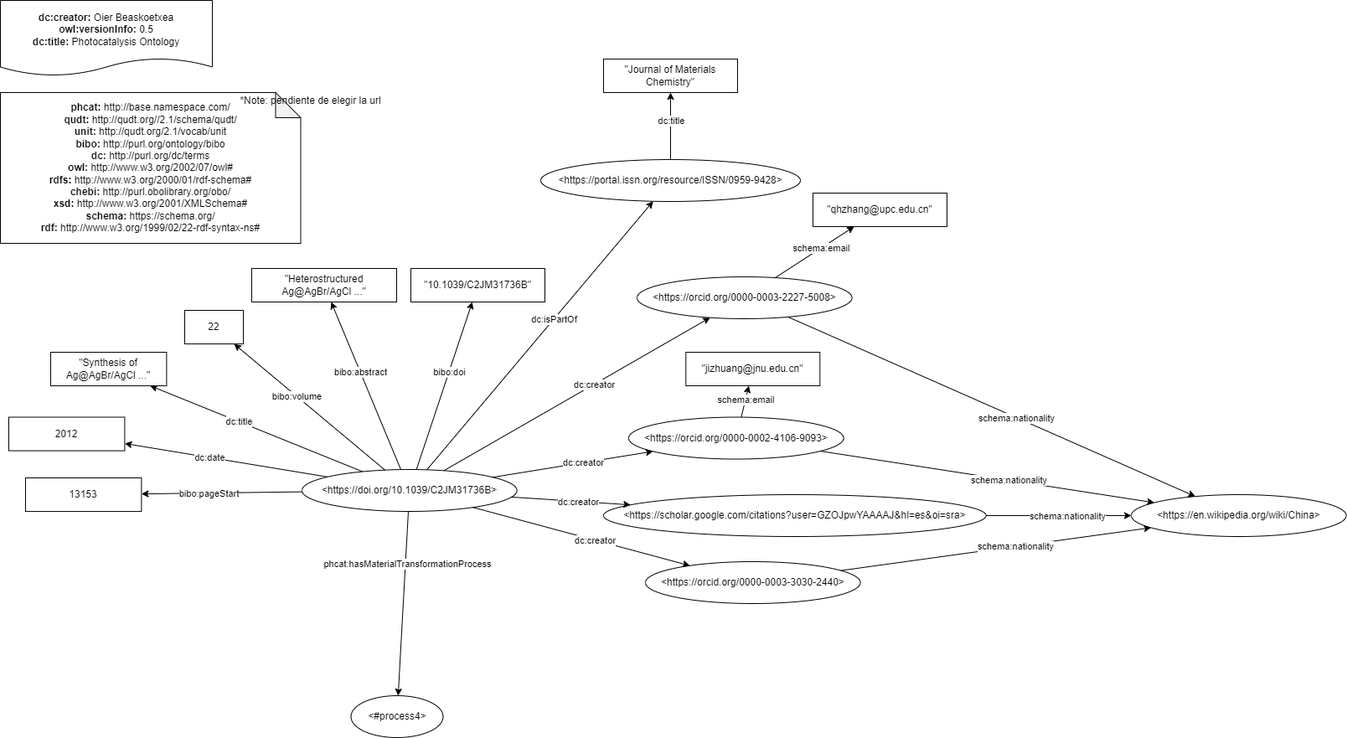
SolarChem/solarchem-ontology keeps this draw.io diagram as diagrams/examples/diagram-ejemplo-article.png. Above is the earlier version. Source tidied: cells renumbered, new cells last; positions are measured from the earlier drawing's top-left corner, leaving out a move shared by most shapes. The source it was exported from:
```xml
<mxGraphModel>
  <root>
    <mxCell id="0" />
    <mxCell id="1" parent="0" />
    <mxCell id="2" value="&lt;div&gt;&lt;b&gt;dc:creator:&lt;/b&gt;&amp;nbsp;Oier Beaskoetxea&lt;/div&gt;&lt;div&gt;&lt;b&gt;owl:versionInfo:&lt;/b&gt; 0.5&lt;/div&gt;&lt;div&gt;&lt;b&gt;dc:title:&lt;/b&gt;&amp;nbsp;Photocatalysis Ontology&lt;/div&gt;" style="shape=document;whiteSpace=wrap;html=1;boundedLbl=1;labelBackgroundColor=#ffffff;strokeColor=#000000;fontSize=12;fontColor=#000000;size=0.23333333333333334;" parent="1" vertex="1">
      <mxGeometry width="253" height="90" as="geometry" />
    </mxCell>
    <mxCell id="3" value="&lt;div&gt;&lt;b&gt;phcat:&lt;/b&gt;&amp;nbsp;http://base.namespace.com/&lt;/div&gt;&lt;b&gt;qudt:&lt;/b&gt;&amp;nbsp;http://qudt.org//2.1/schema/qudt/&lt;div&gt;&lt;b&gt;unit:&amp;nbsp;&lt;/b&gt;http://qudt.org/2.1/vocab/unit&lt;br&gt;&lt;/div&gt;&lt;div&gt;&lt;b&gt;bibo:&amp;nbsp;&lt;/b&gt;http://purl.org/ontology/bibo&lt;/div&gt;&lt;b&gt;dc:&amp;nbsp;&lt;/b&gt;http://purl.org/dc/terms&lt;br&gt;&lt;b&gt;owl:&amp;nbsp;&lt;/b&gt;http://www.w3.org/2002/07/owl#&lt;br&gt;&lt;b&gt;rdfs:&amp;nbsp;&lt;/b&gt;http://www.w3.org/2000/01/rdf-schema#&lt;br&gt;&lt;div&gt;&lt;b&gt;chebi:&amp;nbsp;&lt;/b&gt;http://purl.obolibrary.org/obo/&lt;/div&gt;&lt;div&gt;&lt;b&gt;xsd:&amp;nbsp;&lt;/b&gt;http://www.w3.org/2001/XMLSchema#&lt;br&gt;&lt;/div&gt;&lt;div&gt;&lt;b&gt;schema:&lt;/b&gt;&amp;nbsp;https://schema.org/&lt;br&gt;&lt;/div&gt;&lt;div&gt;&lt;b&gt;rdf:&amp;nbsp;&lt;/b&gt;http://www.w3.org/1999/02/22-rdf-syntax-ns#&lt;/div&gt;" style="shape=note;whiteSpace=wrap;html=1;backgroundOutline=1;darkOpacity=0.05;align=center;" parent="1" vertex="1">
      <mxGeometry y="110" width="358.5" height="180" as="geometry" />
    </mxCell>
    <mxCell id="4" value="*Note: pendiente de elegir la url" style="text;html=1;align=center;verticalAlign=middle;strokeColor=none;fillColor=none;" parent="1" vertex="1">
      <mxGeometry x="280" y="110" width="180" height="20" as="geometry" />
    </mxCell>
    <mxCell id="5" style="edgeStyle=none;rounded=0;jettySize=auto;html=1;" parent="1" edge="1" source="11" target="12">
      <mxGeometry relative="1" as="geometry" />
    </mxCell>
    <mxCell id="6" value="dc:isPartOf" style="edgeLabel;html=1;align=center;verticalAlign=middle;" parent="5" vertex="1">
      <mxGeometry x="0.12" relative="1" as="geometry" />
    </mxCell>
    <mxCell id="7" style="edgeStyle=none;rounded=0;jettySize=auto;html=1;" parent="1" edge="1" source="11" target="34">
      <mxGeometry relative="1" as="geometry" />
    </mxCell>
    <mxCell id="8" value="phcat:hasMaterialTransformationProcess" style="edgeLabel;html=1;align=center;verticalAlign=middle;" parent="7" vertex="1">
      <mxGeometry x="-0.44" y="2" relative="1" as="geometry" />
    </mxCell>
    <mxCell id="9" style="edgeStyle=none;rounded=0;jettySize=auto;html=1;" parent="1" edge="1" source="11" target="35">
      <mxGeometry relative="1" as="geometry" />
    </mxCell>
    <mxCell id="10" value="bibo:doi" style="edgeLabel;html=1;align=center;verticalAlign=middle;" parent="9" vertex="1">
      <mxGeometry x="0.16" relative="1" as="geometry" />
    </mxCell>
    <mxCell id="11" value="&amp;lt;https://doi.org/10.1039/C2JM31736B&amp;gt;" style="ellipse;whiteSpace=wrap;html=1;fillColor=default;" parent="1" vertex="1">
      <mxGeometry x="360" y="560" width="256.6" height="50" as="geometry" />
    </mxCell>
    <mxCell id="12" value="&amp;lt;https://portal.issn.org/resource/ISSN/0959-9428&amp;gt;" style="ellipse;whiteSpace=wrap;html=1;fillColor=default;" parent="1" vertex="1">
      <mxGeometry x="645" y="190" width="310" height="50" as="geometry" />
    </mxCell>
    <mxCell id="13" value="&amp;lt;https://orcid.org/0000-0003-2227-5008&amp;gt;" style="ellipse;whiteSpace=wrap;html=1;fillColor=default;" parent="1" vertex="1">
      <mxGeometry x="760" y="330" width="256.6" height="50" as="geometry" />
    </mxCell>
    <mxCell id="14" value="&amp;lt;https://orcid.org/0000-0002-4106-9093&amp;gt;" style="ellipse;whiteSpace=wrap;html=1;fillColor=default;" parent="1" vertex="1">
      <mxGeometry x="750" y="497.5" width="256.6" height="50" as="geometry" />
    </mxCell>
    <mxCell id="15" value="&amp;lt;https://scholar.google.com/citations?user=GZOJpwYAAAAJ&amp;amp;hl=es&amp;amp;oi=sra&amp;gt;" style="ellipse;whiteSpace=wrap;html=1;fillColor=default;" parent="1" vertex="1">
      <mxGeometry x="720" y="590" width="456.6" height="50" as="geometry" />
    </mxCell>
    <mxCell id="16" value="&amp;lt;https://orcid.org/0000-0003-3030-2440&amp;gt;" style="ellipse;whiteSpace=wrap;html=1;fillColor=default;" parent="1" vertex="1">
      <mxGeometry x="770" y="670" width="256.6" height="50" as="geometry" />
    </mxCell>
    <mxCell id="17" style="edgeStyle=none;rounded=0;jettySize=auto;html=1;" parent="1" edge="1" source="11" target="13">
      <mxGeometry relative="1" as="geometry" />
    </mxCell>
    <mxCell id="18" value="dc:creator" style="edgeLabel;html=1;align=center;verticalAlign=middle;" parent="17" vertex="1">
      <mxGeometry x="0.12" relative="1" as="geometry" />
    </mxCell>
    <mxCell id="19" style="edgeStyle=none;rounded=0;jettySize=auto;html=1;" parent="1" edge="1" source="11" target="14">
      <mxGeometry relative="1" as="geometry" />
    </mxCell>
    <mxCell id="20" value="dc:creator" style="edgeLabel;html=1;align=center;verticalAlign=middle;" parent="19" vertex="1">
      <mxGeometry x="0.12" relative="1" as="geometry" />
    </mxCell>
    <mxCell id="21" style="edgeStyle=none;rounded=0;jettySize=auto;html=1;" parent="1" edge="1" source="11" target="15">
      <mxGeometry relative="1" as="geometry" />
    </mxCell>
    <mxCell id="22" value="dc:creator" style="edgeLabel;html=1;align=center;verticalAlign=middle;" parent="21" vertex="1">
      <mxGeometry x="0.12" relative="1" as="geometry" />
    </mxCell>
    <mxCell id="23" style="edgeStyle=none;rounded=0;jettySize=auto;html=1;" parent="1" edge="1" source="11" target="16">
      <mxGeometry relative="1" as="geometry" />
    </mxCell>
    <mxCell id="24" value="dc:creator" style="edgeLabel;html=1;align=center;verticalAlign=middle;" parent="23" vertex="1">
      <mxGeometry x="0.12" relative="1" as="geometry" />
    </mxCell>
    <mxCell id="25" value="&amp;lt;https://en.wikipedia.org/wiki/China&amp;gt;" style="ellipse;whiteSpace=wrap;html=1;fillColor=default;" parent="1" vertex="1">
      <mxGeometry x="1350" y="590" width="256.6" height="50" as="geometry" />
    </mxCell>
    <mxCell id="26" style="edgeStyle=none;rounded=0;jettySize=auto;html=1;" parent="1" edge="1" source="13" target="25">
      <mxGeometry relative="1" as="geometry" />
    </mxCell>
    <mxCell id="27" value="schema:nationality" style="edgeLabel;html=1;align=center;verticalAlign=middle;" parent="26" vertex="1">
      <mxGeometry x="0.12" relative="1" as="geometry" />
    </mxCell>
    <mxCell id="28" style="edgeStyle=none;rounded=0;jettySize=auto;html=1;" parent="1" edge="1" source="14" target="25">
      <mxGeometry relative="1" as="geometry" />
    </mxCell>
    <mxCell id="29" value="schema:nationality" style="edgeLabel;html=1;align=center;verticalAlign=middle;" parent="28" vertex="1">
      <mxGeometry x="0.12" relative="1" as="geometry" />
    </mxCell>
    <mxCell id="30" style="edgeStyle=none;rounded=0;jettySize=auto;html=1;" parent="1" edge="1" source="15" target="25">
      <mxGeometry relative="1" as="geometry" />
    </mxCell>
    <mxCell id="31" value="schema:nationality" style="edgeLabel;html=1;align=center;verticalAlign=middle;" parent="30" vertex="1">
      <mxGeometry x="0.12" relative="1" as="geometry" />
    </mxCell>
    <mxCell id="32" style="edgeStyle=none;rounded=0;jettySize=auto;html=1;" parent="1" edge="1" source="16" target="25">
      <mxGeometry relative="1" as="geometry" />
    </mxCell>
    <mxCell id="33" value="schema:nationality" style="edgeLabel;html=1;align=center;verticalAlign=middle;" parent="32" vertex="1">
      <mxGeometry x="0.12" relative="1" as="geometry" />
    </mxCell>
    <mxCell id="34" value="&amp;lt;#process4&amp;gt;" style="ellipse;whiteSpace=wrap;html=1;fillColor=default;" parent="1" vertex="1">
      <mxGeometry x="418.5" y="830" width="110" height="50" as="geometry" />
    </mxCell>
    <mxCell id="35" value="&quot;10.1039/C2JM31736B&quot;" style="rounded=0;whiteSpace=wrap;html=1;fillColor=default;" parent="1" vertex="1">
      <mxGeometry x="490" y="320" width="160" height="40" as="geometry" />
    </mxCell>
    <mxCell id="36" style="edgeStyle=none;rounded=0;jettySize=auto;html=1;" parent="1" edge="1" source="11" target="38">
      <mxGeometry relative="1" as="geometry" />
    </mxCell>
    <mxCell id="37" value="bibo:abstract" style="edgeLabel;html=1;align=center;verticalAlign=middle;" parent="36" vertex="1">
      <mxGeometry x="0.16" relative="1" as="geometry" />
    </mxCell>
    <mxCell id="38" value="&quot;Heterostructured Ag@AgBr/AgCl ...&quot;" style="rounded=0;whiteSpace=wrap;html=1;fillColor=default;" parent="1" vertex="1">
      <mxGeometry x="300" y="320" width="173" height="40" as="geometry" />
    </mxCell>
    <mxCell id="39" style="edgeStyle=none;rounded=0;jettySize=auto;html=1;" parent="1" edge="1" source="11" target="41">
      <mxGeometry relative="1" as="geometry" />
    </mxCell>
    <mxCell id="40" value="bibo:volume" style="edgeLabel;html=1;align=center;verticalAlign=middle;" parent="39" vertex="1">
      <mxGeometry x="0.16" relative="1" as="geometry" />
    </mxCell>
    <mxCell id="41" value="22" style="rounded=0;whiteSpace=wrap;html=1;fillColor=default;" parent="1" vertex="1">
      <mxGeometry x="220" y="370" width="70" height="40.1" as="geometry" />
    </mxCell>
    <mxCell id="42" style="edgeStyle=none;rounded=0;jettySize=auto;html=1;" parent="1" edge="1" source="11" target="44">
      <mxGeometry relative="1" as="geometry" />
    </mxCell>
    <mxCell id="43" value="dc:title" style="edgeLabel;html=1;align=center;verticalAlign=middle;" parent="42" vertex="1">
      <mxGeometry x="0.16" relative="1" as="geometry" />
    </mxCell>
    <mxCell id="44" value="&quot;Synthesis of Ag@AgBr/AgCl ...&quot;" style="rounded=0;whiteSpace=wrap;html=1;fillColor=default;" parent="1" vertex="1">
      <mxGeometry x="60" y="420" width="138.4" height="40.1" as="geometry" />
    </mxCell>
    <mxCell id="45" style="edgeStyle=none;rounded=0;jettySize=auto;html=1;" parent="1" edge="1" source="11" target="47">
      <mxGeometry relative="1" as="geometry" />
    </mxCell>
    <mxCell id="46" value="dc:date" style="edgeLabel;html=1;align=center;verticalAlign=middle;" parent="45" vertex="1">
      <mxGeometry x="0.16" relative="1" as="geometry" />
    </mxCell>
    <mxCell id="47" value="2012" style="rounded=0;whiteSpace=wrap;html=1;fillColor=default;" parent="1" vertex="1">
      <mxGeometry x="10" y="497.5" width="138.4" height="40.1" as="geometry" />
    </mxCell>
    <mxCell id="48" style="edgeStyle=none;rounded=0;jettySize=auto;html=1;" parent="1" edge="1" source="11" target="50">
      <mxGeometry relative="1" as="geometry" />
    </mxCell>
    <mxCell id="49" value="bibo:pageStart" style="edgeLabel;html=1;align=center;verticalAlign=middle;" parent="48" vertex="1">
      <mxGeometry x="0.16" relative="1" as="geometry" />
    </mxCell>
    <mxCell id="50" value="13153" style="rounded=0;whiteSpace=wrap;html=1;fillColor=default;" parent="1" vertex="1">
      <mxGeometry x="30" y="570" width="138.4" height="40.1" as="geometry" />
    </mxCell>
    <mxCell id="51" style="edgeStyle=none;rounded=0;jettySize=auto;html=1;" parent="1" edge="1" source="13" target="53">
      <mxGeometry relative="1" as="geometry" />
    </mxCell>
    <mxCell id="52" value="schema:email" style="edgeLabel;html=1;align=center;verticalAlign=middle;" parent="51" vertex="1">
      <mxGeometry x="0.16" relative="1" as="geometry" />
    </mxCell>
    <mxCell id="53" value="&quot;qhzhang@upc.edu.cn&quot;" style="rounded=0;whiteSpace=wrap;html=1;fillColor=default;" parent="1" vertex="1">
      <mxGeometry x="970" y="230" width="160" height="40" as="geometry" />
    </mxCell>
    <mxCell id="54" style="edgeStyle=none;rounded=0;jettySize=auto;html=1;" parent="1" edge="1" source="14" target="56">
      <mxGeometry relative="1" as="geometry" />
    </mxCell>
    <mxCell id="55" value="schema:email" style="edgeLabel;html=1;align=center;verticalAlign=middle;" parent="54" vertex="1">
      <mxGeometry x="0.16" relative="1" as="geometry" />
    </mxCell>
    <mxCell id="56" value="&quot;jizhuang@jnu.edu.cn&quot;" style="rounded=0;whiteSpace=wrap;html=1;fillColor=default;" parent="1" vertex="1">
      <mxGeometry x="818.3" y="420" width="160" height="40" as="geometry" />
    </mxCell>
    <mxCell id="57" style="edgeStyle=none;rounded=0;jettySize=auto;html=1;" parent="1" edge="1" source="12" target="59">
      <mxGeometry relative="1" as="geometry" />
    </mxCell>
    <mxCell id="58" value="dc:title" style="edgeLabel;html=1;align=center;verticalAlign=middle;" parent="57" vertex="1">
      <mxGeometry x="0.16" relative="1" as="geometry" />
    </mxCell>
    <mxCell id="59" value="&quot;Journal of Materials Chemistry&quot;" style="rounded=0;whiteSpace=wrap;html=1;fillColor=default;" parent="1" vertex="1">
      <mxGeometry x="720" y="70" width="160" height="40" as="geometry" />
    </mxCell>
  </root>
</mxGraphModel>
```
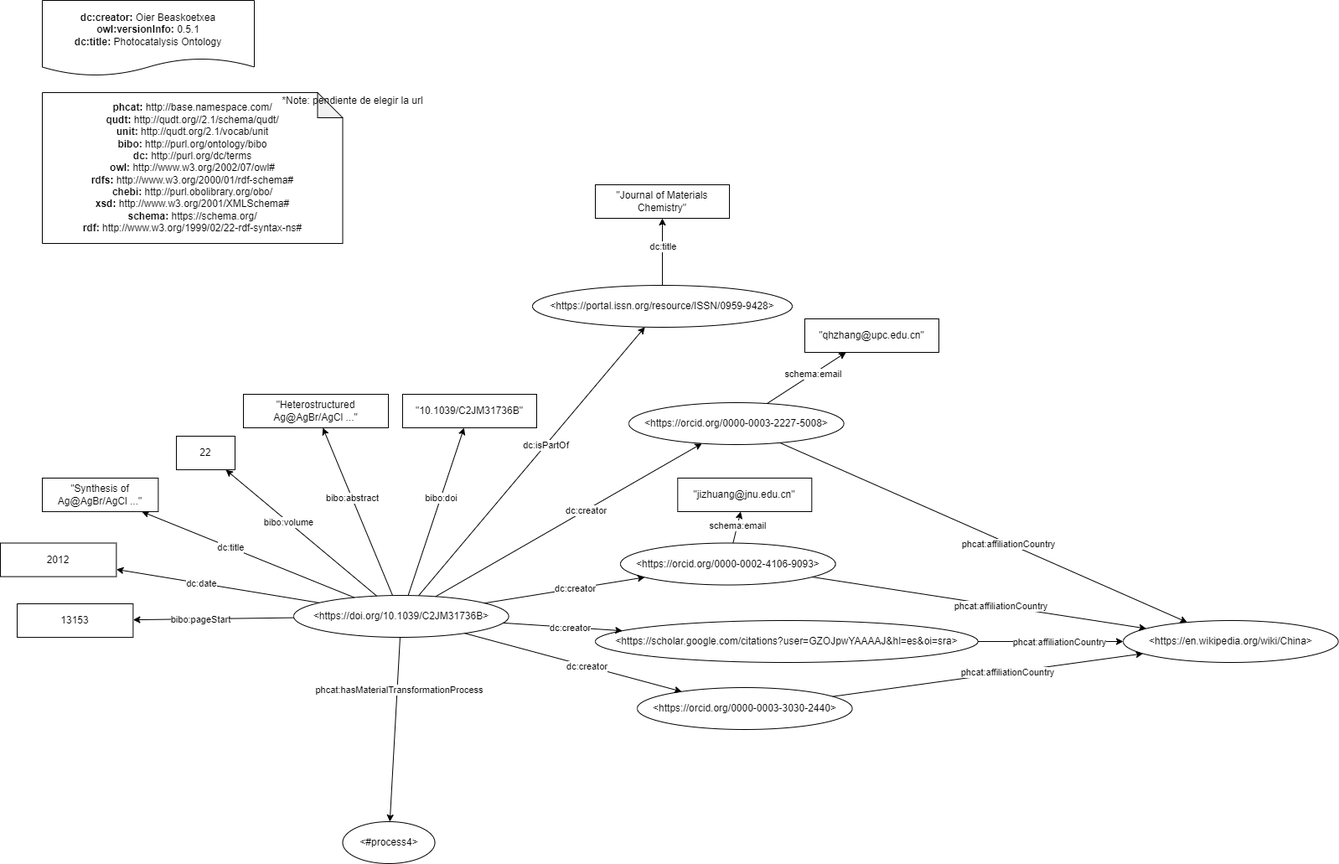
After the commit.

What changed in the source:
```diff
@@ -2,14 +2,14 @@
   <root>
     <mxCell id="0" />
     <mxCell id="1" parent="0" />
-    <mxCell id="2" value="&lt;div&gt;&lt;b&gt;dc:creator:&lt;/b&gt;&amp;nbsp;Oier Beaskoetxea&lt;/div&gt;&lt;div&gt;&lt;b&gt;owl:versionInfo:&lt;/b&gt; 0.5&lt;/div&gt;&lt;div&gt;&lt;b&gt;dc:title:&lt;/b&gt;&amp;nbsp;Photocatalysis Ontology&lt;/div&gt;" style="shape=document;whiteSpace=wrap;html=1;boundedLbl=1;labelBackgroundColor=#ffffff;strokeColor=#000000;fontSize=12;fontColor=#000000;size=0.23333333333333334;" parent="1" vertex="1">
-      <mxGeometry width="253" height="90" as="geometry" />
+    <mxCell id="2" value="&lt;div&gt;&lt;b&gt;dc:creator:&lt;/b&gt;&amp;nbsp;Oier Beaskoetxea&lt;/div&gt;&lt;div&gt;&lt;b&gt;owl:versionInfo:&lt;/b&gt; 0.5.1&lt;/div&gt;&lt;div&gt;&lt;b&gt;dc:title:&lt;/b&gt;&amp;nbsp;Photocatalysis Ontology&lt;/div&gt;" style="shape=document;whiteSpace=wrap;html=1;boundedLbl=1;labelBackgroundColor=#ffffff;strokeColor=#000000;fontSize=12;fontColor=#000000;size=0.23333333333333334;" parent="1" vertex="1">
+      <mxGeometry x="60" y="-150" width="253" height="90" as="geometry" />
     </mxCell>
     <mxCell id="3" value="&lt;div&gt;&lt;b&gt;phcat:&lt;/b&gt;&amp;nbsp;http://base.namespace.com/&lt;/div&gt;&lt;b&gt;qudt:&lt;/b&gt;&amp;nbsp;http://qudt.org//2.1/schema/qudt/&lt;div&gt;&lt;b&gt;unit:&amp;nbsp;&lt;/b&gt;http://qudt.org/2.1/vocab/unit&lt;br&gt;&lt;/div&gt;&lt;div&gt;&lt;b&gt;bibo:&amp;nbsp;&lt;/b&gt;http://purl.org/ontology/bibo&lt;/div&gt;&lt;b&gt;dc:&amp;nbsp;&lt;/b&gt;http://purl.org/dc/terms&lt;br&gt;&lt;b&gt;owl:&amp;nbsp;&lt;/b&gt;http://www.w3.org/2002/07/owl#&lt;br&gt;&lt;b&gt;rdfs:&amp;nbsp;&lt;/b&gt;http://www.w3.org/2000/01/rdf-schema#&lt;br&gt;&lt;div&gt;&lt;b&gt;chebi:&amp;nbsp;&lt;/b&gt;http://purl.obolibrary.org/obo/&lt;/div&gt;&lt;div&gt;&lt;b&gt;xsd:&amp;nbsp;&lt;/b&gt;http://www.w3.org/2001/XMLSchema#&lt;br&gt;&lt;/div&gt;&lt;div&gt;&lt;b&gt;schema:&lt;/b&gt;&amp;nbsp;https://schema.org/&lt;br&gt;&lt;/div&gt;&lt;div&gt;&lt;b&gt;rdf:&amp;nbsp;&lt;/b&gt;http://www.w3.org/1999/02/22-rdf-syntax-ns#&lt;/div&gt;" style="shape=note;whiteSpace=wrap;html=1;backgroundOutline=1;darkOpacity=0.05;align=center;" parent="1" vertex="1">
-      <mxGeometry y="110" width="358.5" height="180" as="geometry" />
+      <mxGeometry x="60" y="-40" width="358.5" height="180" as="geometry" />
     </mxCell>
     <mxCell id="4" value="*Note: pendiente de elegir la url" style="text;html=1;align=center;verticalAlign=middle;strokeColor=none;fillColor=none;" parent="1" vertex="1">
-      <mxGeometry x="280" y="110" width="180" height="20" as="geometry" />
+      <mxGeometry x="340" y="-40" width="180" height="20" as="geometry" />
     </mxCell>
     <mxCell id="5" style="edgeStyle=none;rounded=0;jettySize=auto;html=1;" parent="1" edge="1" source="11" target="12">
       <mxGeometry relative="1" as="geometry" />
@@ -77,25 +77,25 @@
     <mxCell id="26" style="edgeStyle=none;rounded=0;jettySize=auto;html=1;" parent="1" edge="1" source="13" target="25">
       <mxGeometry relative="1" as="geometry" />
     </mxCell>
-    <mxCell id="27" value="schema:nationality" style="edgeLabel;html=1;align=center;verticalAlign=middle;" parent="26" vertex="1">
+    <mxCell id="27" value="phcat:affiliationCountry" style="edgeLabel;html=1;align=center;verticalAlign=middle;" parent="26" vertex="1">
       <mxGeometry x="0.12" relative="1" as="geometry" />
     </mxCell>
     <mxCell id="28" style="edgeStyle=none;rounded=0;jettySize=auto;html=1;" parent="1" edge="1" source="14" target="25">
       <mxGeometry relative="1" as="geometry" />
     </mxCell>
-    <mxCell id="29" value="schema:nationality" style="edgeLabel;html=1;align=center;verticalAlign=middle;" parent="28" vertex="1">
+    <mxCell id="29" value="phcat:affiliationCountry" style="edgeLabel;html=1;align=center;verticalAlign=middle;" parent="28" vertex="1">
       <mxGeometry x="0.12" relative="1" as="geometry" />
     </mxCell>
     <mxCell id="30" style="edgeStyle=none;rounded=0;jettySize=auto;html=1;" parent="1" edge="1" source="15" target="25">
       <mxGeometry relative="1" as="geometry" />
     </mxCell>
-    <mxCell id="31" value="schema:nationality" style="edgeLabel;html=1;align=center;verticalAlign=middle;" parent="30" vertex="1">
+    <mxCell id="31" value="phcat:affiliationCountry" style="edgeLabel;html=1;align=center;verticalAlign=middle;" parent="30" vertex="1">
       <mxGeometry x="0.12" relative="1" as="geometry" />
     </mxCell>
     <mxCell id="32" style="edgeStyle=none;rounded=0;jettySize=auto;html=1;" parent="1" edge="1" source="16" target="25">
       <mxGeometry relative="1" as="geometry" />
     </mxCell>
-    <mxCell id="33" value="schema:nationality" style="edgeLabel;html=1;align=center;verticalAlign=middle;" parent="32" vertex="1">
+    <mxCell id="33" value="phcat:affiliationCountry" style="edgeLabel;html=1;align=center;verticalAlign=middle;" parent="32" vertex="1">
       <mxGeometry x="0.12" relative="1" as="geometry" />
     </mxCell>
     <mxCell id="34" value="&amp;lt;#process4&amp;gt;" style="ellipse;whiteSpace=wrap;html=1;fillColor=default;" parent="1" vertex="1">
```
